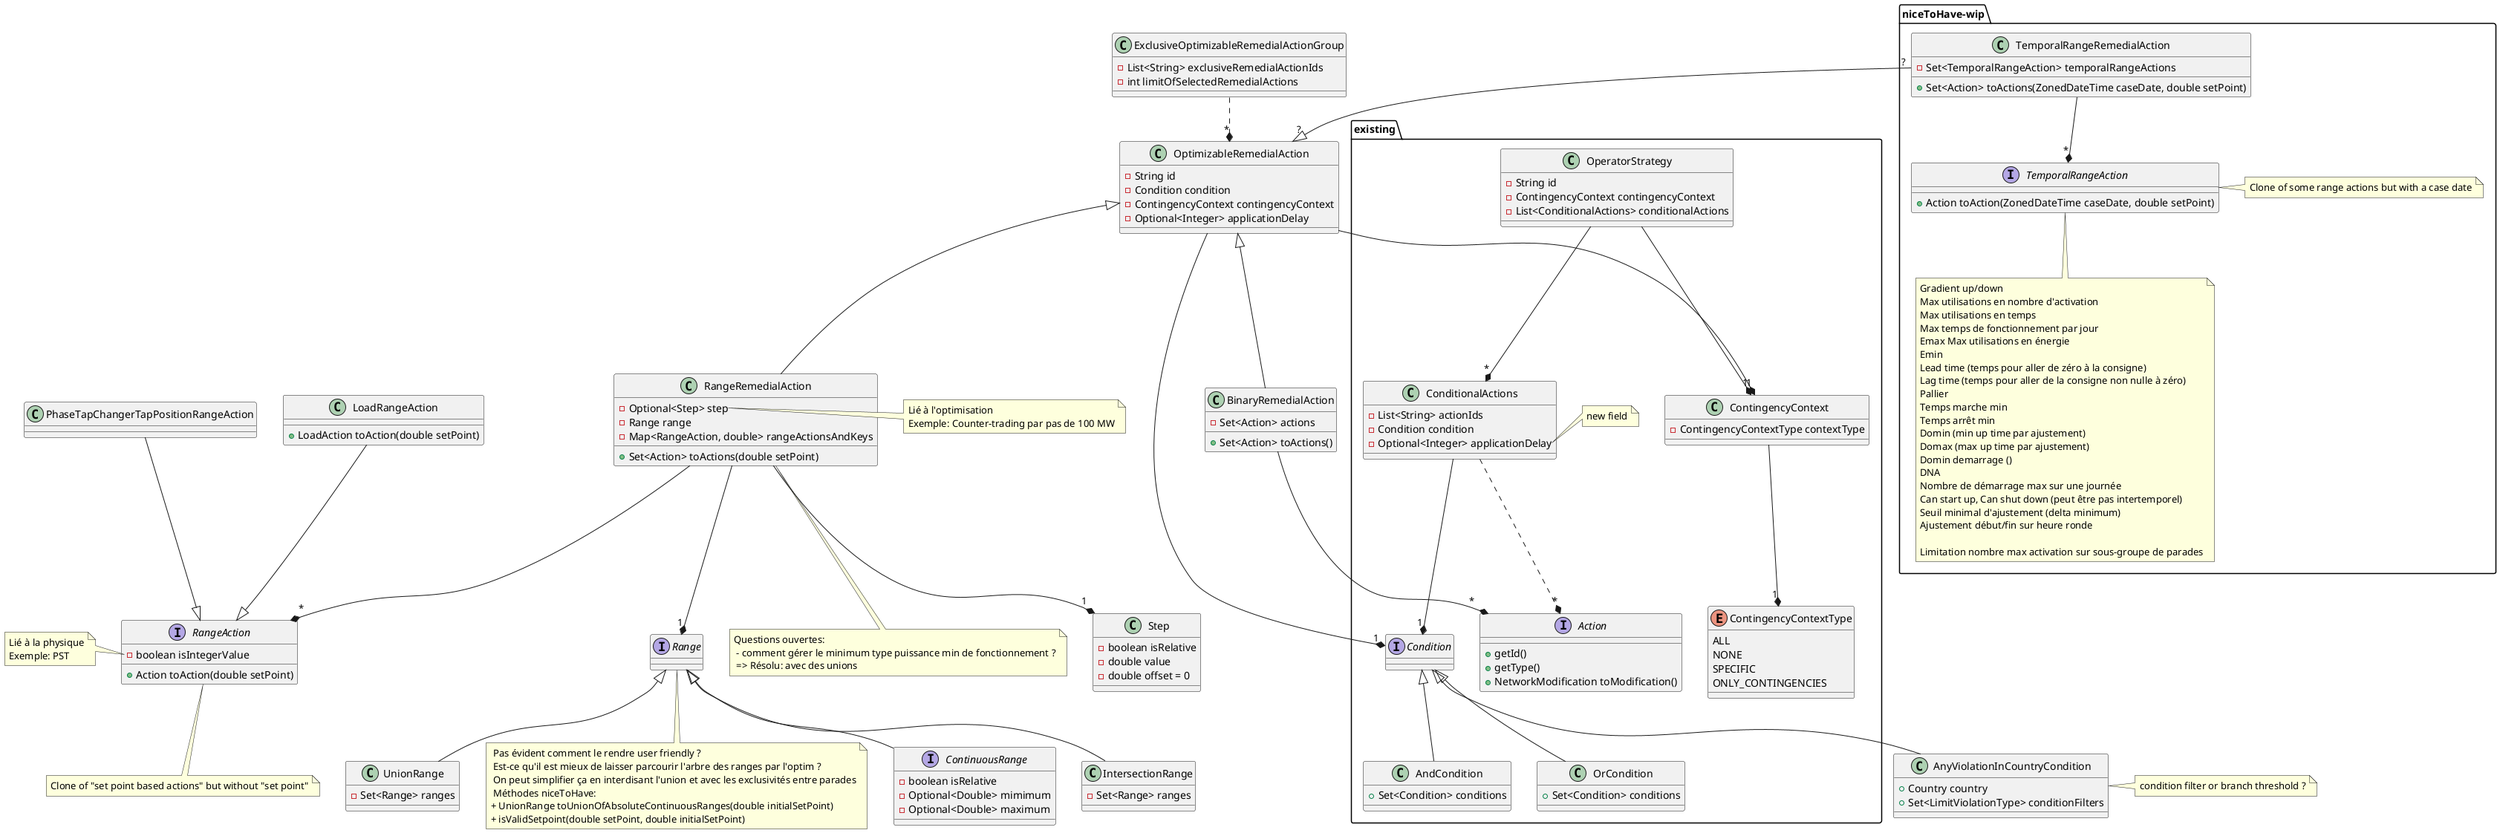
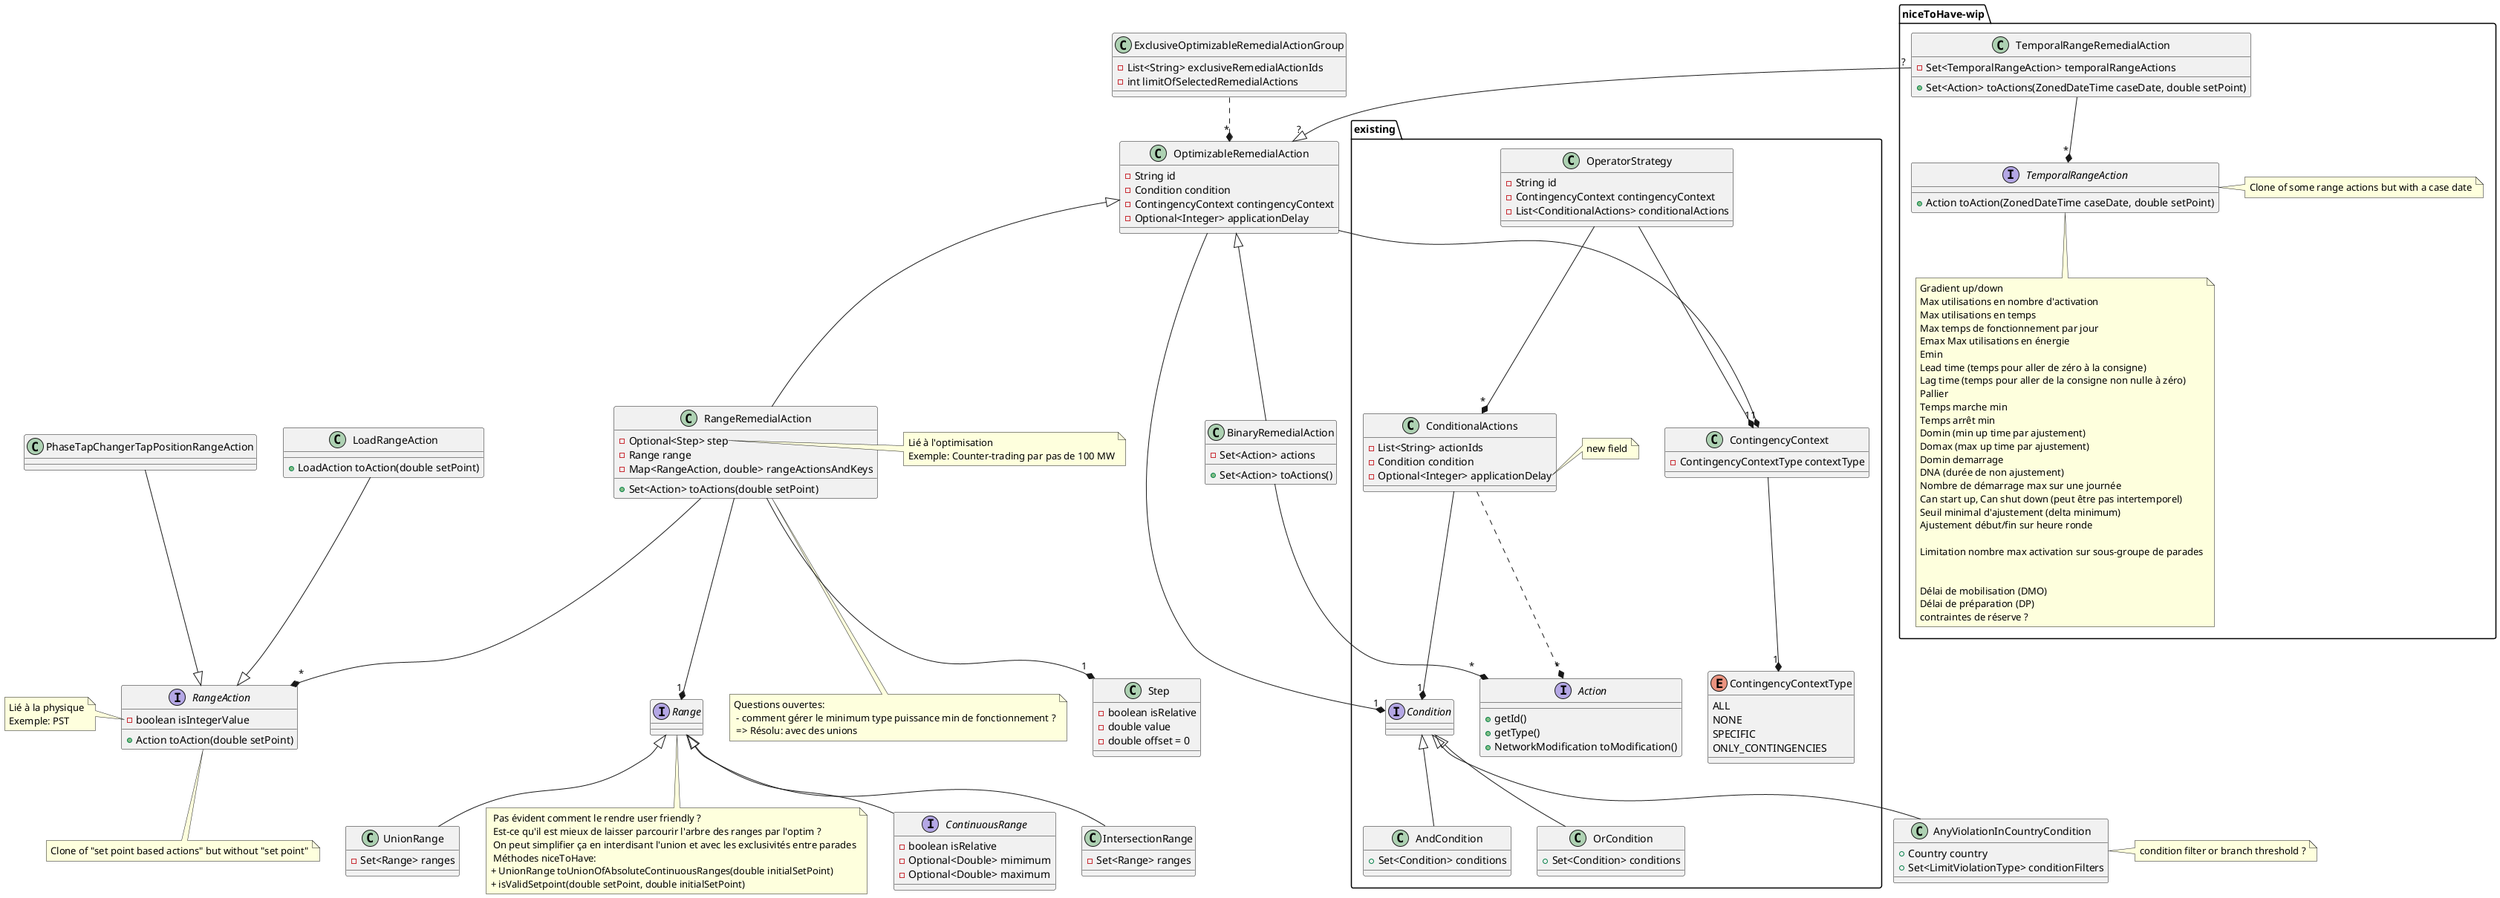
@startuml


namespace existing {

class OperatorStrategy {
  - String id
  - ContingencyContext contingencyContext
  - List<ConditionalActions> conditionalActions
}
OperatorStrategy --* "1" ContingencyContext
OperatorStrategy --* "*" ConditionalActions

class ConditionalActions {
  - List<String> actionIds
  - Condition condition
  - Optional<Integer> applicationDelay
}
ConditionalActions ..* "*" Action
ConditionalActions --* "1" Condition
note right of ConditionalActions::applicationDelay
  new field
end note

interface Condition
Condition <|-- AndCondition
Condition <|-- OrCondition

class AndCondition {
  + Set<Condition> conditions
}

class OrCondition {
  + Set<Condition> conditions
}

class ContingencyContext {
  - ContingencyContextType contextType
}
ContingencyContext --* "1" ContingencyContextType


enum ContingencyContextType {
  ALL
  NONE
  SPECIFIC
  ONLY_CONTINGENCIES
}

interface Action {
  + getId()
  + getType()
  + NetworkModification toModification()
}

'end namespace existing
}

Condition <|-- AnyViolationInCountryCondition


class AnyViolationInCountryCondition {
 + Country country
 + Set<LimitViolationType> conditionFilters
}
note right: condition filter or branch threshold ?

class OptimizableRemedialAction {
  - String id
  - Condition condition
  - ContingencyContext contingencyContext
  - Optional<Integer> applicationDelay
}
OptimizableRemedialAction --* "1" Condition
OptimizableRemedialAction --* "1" ContingencyContext
OptimizableRemedialAction <|-- BinaryRemedialAction
OptimizableRemedialAction <|-- RangeRemedialAction

class BinaryRemedialAction {
  - Set<Action> actions
  + Set<Action> toActions()
}
BinaryRemedialAction --* "*" Action

class RangeRemedialAction {
  - Optional<Step> step
  - Range range
  - Map<RangeAction, double> rangeActionsAndKeys
  + Set<Action> toActions(double setPoint)
}
note bottom
 Questions ouvertes:
  - comment gérer le minimum type puissance min de fonctionnement ?
  => Résolu: avec des unions
end note
RangeRemedialAction --* "*" RangeAction
RangeRemedialAction --* "1" Range
RangeRemedialAction --* "1" Step
note right of RangeRemedialAction::step
 Lié à l'optimisation
 Exemple: Counter-trading par pas de 100 MW
end note

interface Range{
}
note bottom
  Pas évident comment le rendre user friendly ?
  Est-ce qu'il est mieux de laisser parcourir l'arbre des ranges par l'optim ?
  On peut simplifier ça en interdisant l'union et avec les exclusivités entre parades
  Méthodes niceToHave:
 + UnionRange toUnionOfAbsoluteContinuousRanges(double initialSetPoint)
 + isValidSetpoint(double setPoint, double initialSetPoint)
end note
Range <|-- ContinuousRange
Range <|-- IntersectionRange
Range <|-- UnionRange

interface ContinuousRange {
 - boolean isRelative
 - Optional<Double> mimimum
 - Optional<Double> maximum
}
note left of Range::isRelative
 Notion similaire
 Mais valeur différente de isRelativeValue dans les actions
end note

class IntersectionRange {
 - Set<Range> ranges
}

class UnionRange {
 - Set<Range> ranges
}

class Step {
 - boolean isRelative
 - double value
 - double offset = 0
}

interface RangeAction {
  - boolean isIntegerValue
  + Action toAction(double setPoint)
}
note bottom: Clone of "set point based actions" but without "set point"
note left of RangeAction::isIntegerValue
 Lié à la physique
 Exemple: PST
end note

PhaseTapChangerTapPositionRangeAction --|> RangeAction

class LoadRangeAction {
 + LoadAction toAction(double setPoint)
}
LoadRangeAction --|> RangeAction

class ExclusiveOptimizableRemedialActionGroup {
  - List<String> exclusiveRemedialActionIds
  - int limitOfSelectedRemedialActions
}
ExclusiveOptimizableRemedialActionGroup ..* "*" OptimizableRemedialAction

namespace niceToHave-wip {
class TemporalRangeRemedialAction {
  - Set<TemporalRangeAction> temporalRangeActions
  + Set<Action> toActions(ZonedDateTime caseDate, double setPoint)
}
TemporalRangeRemedialAction --* "*" TemporalRangeAction
TemporalRangeRemedialAction "?" --|> "?" OptimizableRemedialAction

interface TemporalRangeAction {
    + Action toAction(ZonedDateTime caseDate, double setPoint)
}
note right: Clone of some range actions but with a case date

note bottom of TemporalRangeAction
Gradient up/down
Max utilisations en nombre d'activation
Max utilisations en temps
Max temps de fonctionnement par jour
Emax Max utilisations en énergie
Emin
Lead time (temps pour aller de zéro à la consigne)
Lag time (temps pour aller de la consigne non nulle à zéro)
Pallier
Temps marche min
Temps arrêt min
Domin (min up time par ajustement)
Domax (max up time par ajustement)
- Domin demarrage ()
- DNA
+ Domin demarrage
+ DNA (durée de non ajustement)
Nombre de démarrage max sur une journée
Can start up, Can shut down (peut être pas intertemporel)
Seuil minimal d'ajustement (delta minimum)
Ajustement début/fin sur heure ronde

Limitation nombre max activation sur sous-groupe de parades
+ 
+ 
+ Délai de mobilisation (DMO)
+ Délai de préparation (DP)
+ contraintes de réserve ?
end note

}

@enduml